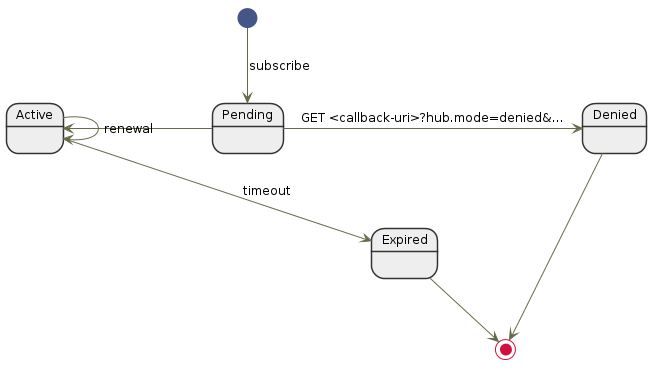
Earlier version of the PlantUML export graphics/subscription.uml.png (owickstrom/websub).
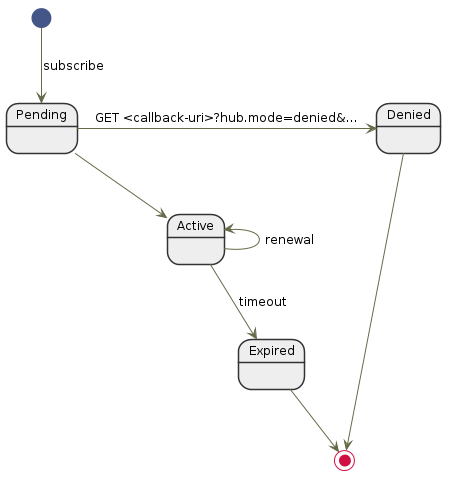
Later version of the same file.

Commit message:
Improve state graphic

What changed in the source:
```diff
@@ -28,9 +28,9 @@
 Pending -right-> Denied : GET <callback-uri>?hub.mode=denied&...
 Denied --> [*]
 
-Pending -left-> Active
+Pending -down-> Active
 
-Active --> Active : renewal
+Active -left-> Active : renewal
 Active --> Expired : timeout
 Expired --> [*]
 
```
